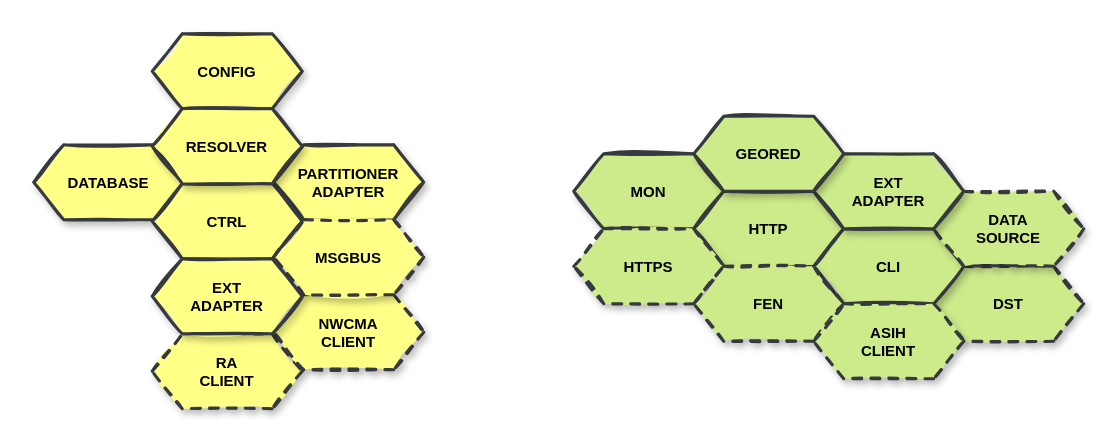
Above: page "第 3 页" (3 of 5) of http_server.drawio in SunLucc/Test (draw.io), before the change. Source tidied: cells renumbered, new cells numbered last; positions are measured from the earlier drawing's top-left corner, leaving out a move shared by most shapes. Both pictures are drawn from the tidied source at 150%, with x=0, y=0 at pixel (33, 33).
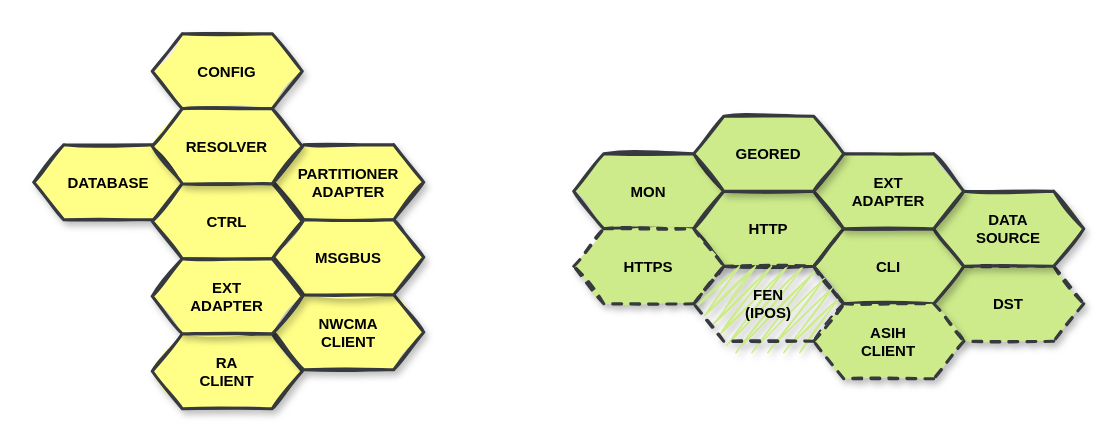
The same page after the edit.

What changed in the source:
```diff
@@
-    <mxCell id="11" value="&lt;b style=&quot;font-size: 10px;&quot;&gt;DATA&lt;br&gt;SOURCE&lt;br&gt;&lt;/b&gt;" style="shape=hexagon;perimeter=hexagonPerimeter2;whiteSpace=wrap;html=1;fixedSize=1;fillStyle=solid;fillColor=#cdeb8b;strokeColor=#36393d;fontSize=10;rounded=0;shadow=1;sketch=1;dashed=1;strokeWidth=2;" parent="1" vertex="1">
+    <mxCell id="11" value="&lt;b style=&quot;font-size: 10px;&quot;&gt;DATA&lt;br&gt;SOURCE&lt;br&gt;&lt;/b&gt;" style="shape=hexagon;perimeter=hexagonPerimeter2;whiteSpace=wrap;html=1;fixedSize=1;fillStyle=solid;fillColor=#cdeb8b;strokeColor=#36393d;fontSize=10;rounded=0;shadow=1;sketch=1;strokeWidth=2;" parent="1" vertex="1">
       <mxGeometry x="600" y="105" width="100" height="50" as="geometry" />
     </mxCell>
@@
-    <mxCell id="13" value="&lt;b style=&quot;font-size: 10px;&quot;&gt;RA&lt;br&gt;CLIENT&lt;br&gt;&lt;/b&gt;" style="shape=hexagon;perimeter=hexagonPerimeter2;whiteSpace=wrap;html=1;fixedSize=1;fillStyle=solid;fillColor=#ffff88;strokeColor=#36393d;fontSize=10;rounded=0;shadow=1;sketch=1;dashed=1;strokeWidth=2;" parent="1" vertex="1">
+    <mxCell id="13" value="&lt;b style=&quot;font-size: 10px;&quot;&gt;RA&lt;br&gt;CLIENT&lt;br&gt;&lt;/b&gt;" style="shape=hexagon;perimeter=hexagonPerimeter2;whiteSpace=wrap;html=1;fixedSize=1;fillStyle=solid;fillColor=#ffff88;strokeColor=#36393d;fontSize=10;rounded=0;shadow=1;sketch=1;strokeWidth=2;" parent="1" vertex="1">
       <mxGeometry x="79" y="200" width="100" height="50" as="geometry" />
     </mxCell>
-    <mxCell id="14" value="&lt;b style=&quot;font-size: 10px;&quot;&gt;NWCMA&lt;br&gt;CLIENT&lt;br&gt;&lt;/b&gt;" style="shape=hexagon;perimeter=hexagonPerimeter2;whiteSpace=wrap;html=1;fixedSize=1;fillStyle=solid;fillColor=#ffff88;strokeColor=#36393d;fontSize=10;rounded=0;shadow=1;sketch=1;dashed=1;strokeWidth=2;" parent="1" vertex="1">
+    <mxCell id="14" value="&lt;b style=&quot;font-size: 10px;&quot;&gt;NWCMA&lt;br&gt;CLIENT&lt;br&gt;&lt;/b&gt;" style="shape=hexagon;perimeter=hexagonPerimeter2;whiteSpace=wrap;html=1;fixedSize=1;fillStyle=solid;fillColor=#ffff88;strokeColor=#36393d;fontSize=10;rounded=0;shadow=1;sketch=1;strokeWidth=2;" parent="1" vertex="1">
       <mxGeometry x="160" y="174" width="100" height="50" as="geometry" />
     </mxCell>
-    <mxCell id="15" value="&lt;b style=&quot;font-size: 10px;&quot;&gt;FEN&lt;br&gt;&lt;/b&gt;" style="shape=hexagon;perimeter=hexagonPerimeter2;whiteSpace=wrap;html=1;fixedSize=1;fillStyle=solid;fillColor=#cdeb8b;strokeColor=#36393d;fontSize=10;rounded=0;shadow=1;sketch=1;strokeWidth=2;dashed=1;" parent="1" vertex="1">
+    <mxCell id="15" value="&lt;b style=&quot;font-size: 10px;&quot;&gt;FEN&lt;br&gt;(IPOS)&lt;br&gt;&lt;/b&gt;" style="shape=hexagon;perimeter=hexagonPerimeter2;whiteSpace=wrap;html=1;fixedSize=1;fillStyle=zigzag;fillColor=#cdeb8b;strokeColor=#36393d;fontSize=10;rounded=0;shadow=1;sketch=1;strokeWidth=2;dashed=1;" parent="1" vertex="1">
       <mxGeometry x="440" y="155" width="100" height="50" as="geometry" />
     </mxCell>
-    <mxCell id="16" value="&lt;b style=&quot;font-size: 10px;&quot;&gt;MSGBUS&lt;br&gt;&lt;/b&gt;" style="shape=hexagon;perimeter=hexagonPerimeter2;whiteSpace=wrap;html=1;fixedSize=1;fillStyle=solid;fillColor=#ffff88;strokeColor=#36393d;fontSize=10;rounded=0;shadow=1;sketch=1;dashed=1;strokeWidth=2;" parent="1" vertex="1">
+    <mxCell id="16" value="&lt;b style=&quot;font-size: 10px;&quot;&gt;MSGBUS&lt;br&gt;&lt;/b&gt;" style="shape=hexagon;perimeter=hexagonPerimeter2;whiteSpace=wrap;html=1;fixedSize=1;fillStyle=solid;fillColor=#ffff88;strokeColor=#36393d;fontSize=10;rounded=0;shadow=1;sketch=1;strokeWidth=2;" parent="1" vertex="1">
       <mxGeometry x="160" y="124" width="100" height="50" as="geometry" />
     </mxCell>
```
